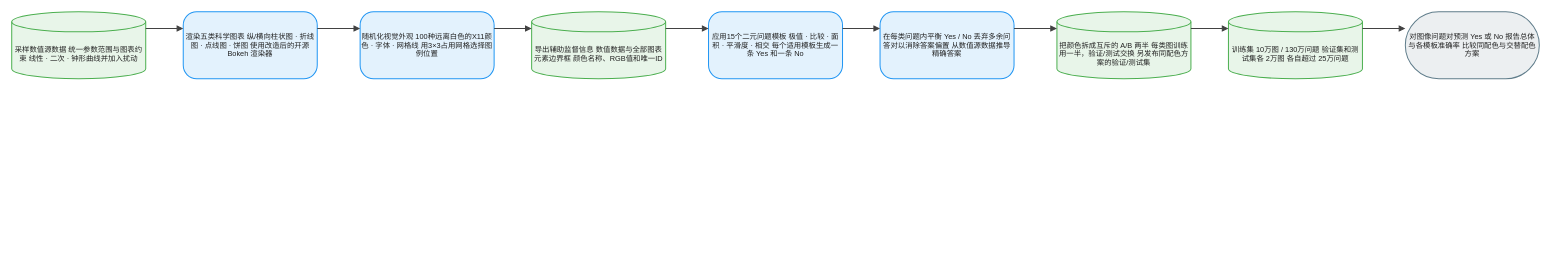
Earlier version of the draw.io diagram client/public/drawio/FigureQA/FigureQA.zh.drawio (joe1chief/benchmark-hub). Source tidied: cells renumbered, new cells numbered last; positions are measured from the earlier drawing's top-left corner, leaving out a move shared by most shapes. Both pictures are drawn from the tidied source at 67%, with x=0, y=0 at pixel (11, 11).
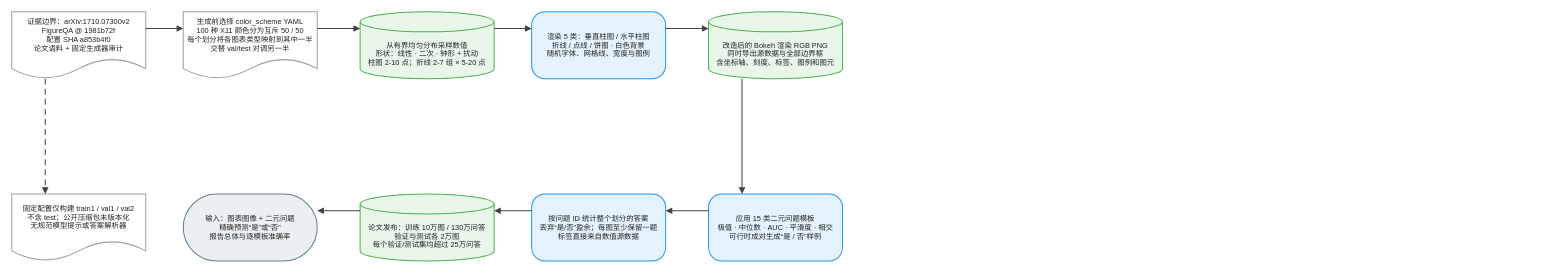
After the change.

What changed in the source:
```diff
@@
-    <mxCell id="2" value="采样数值源数据 统一参数范围与图表约束 线性 · 二次 · 钟形曲线并加入扰动" style="shape=cylinder3;boundedLbl=1;backgroundOutline=1;size=15;html=1;whiteSpace=wrap;fillColor=#E8F5E9;strokeColor=#4CAF50;strokeWidth=1.5;fontColor=#212121;fontSize=11;fontFamily=Arial, Helvetica, sans-serif;verticalAlign=middle;align=center;" parent="1" vertex="1">
+    <mxCell id="2" value="证据边界：arXiv:1710.07300v2&#10;FigureQA @ 1981b72f&#10;配置 SHA a853b4f0&#10;论文语料 + 固定生成器审计" style="shape=document;boundedLbl=1;html=0;convertToSvg=1;whiteSpace=wrap;fillColor=#FFFFFF;strokeColor=#9E9E9E;strokeWidth=1.5;fontColor=#212121;fontSize=11;fontFamily=Arial, Helvetica, sans-serif;verticalAlign=middle;align=center;" parent="1" vertex="1">
       <mxGeometry width="200" height="100" as="geometry" />
     </mxCell>
-    <mxCell id="3" value="渲染五类科学图表 纵/横向柱状图 · 折线图 · 点线图 · 饼图 使用改造后的开源 Bokeh 渲染器" style="rounded=1;arcSize=20;html=1;whiteSpace=wrap;fillColor=#E3F2FD;strokeColor=#2196F3;strokeWidth=1.5;fontColor=#212121;fontSize=11;fontFamily=Arial, Helvetica, sans-serif;verticalAlign=middle;align=center;" parent="1" vertex="1">
+    <mxCell id="3" value="生成前选择 color_scheme YAML&#10;100 种 X11 颜色分为互斥 50 / 50&#10;每个划分将各图表类型映射到其中一半&#10;交替 val/test 对调另一半" style="shape=document;boundedLbl=1;html=0;convertToSvg=1;whiteSpace=wrap;fillColor=#FFFFFF;strokeColor=#9E9E9E;strokeWidth=1.5;fontColor=#212121;fontSize=11;fontFamily=Arial, Helvetica, sans-serif;verticalAlign=middle;align=center;" parent="1" vertex="1">
       <mxGeometry x="256" width="200" height="100" as="geometry" />
     </mxCell>
-    <mxCell id="4" value="随机化视觉外观 100种远离白色的X11颜色 · 字体 · 网格线 用3×3占用网格选择图例位置" style="rounded=1;arcSize=20;html=1;whiteSpace=wrap;fillColor=#E3F2FD;strokeColor=#2196F3;strokeWidth=1.5;fontColor=#212121;fontSize=11;fontFamily=Arial, Helvetica, sans-serif;verticalAlign=middle;align=center;" parent="1" vertex="1">
+    <mxCell id="4" value="从有界均匀分布采样数值&#10;形状：线性 · 二次 · 钟形 + 扰动&#10;柱图 2-10 点；折线 2-7 组 × 5-20 点" style="shape=cylinder3;boundedLbl=1;backgroundOutline=1;size=15;html=0;convertToSvg=1;whiteSpace=wrap;fillColor=#E8F5E9;strokeColor=#4CAF50;strokeWidth=1.5;fontColor=#212121;fontSize=11;fontFamily=Arial, Helvetica, sans-serif;verticalAlign=middle;align=center;" parent="1" vertex="1">
       <mxGeometry x="520" width="200" height="100" as="geometry" />
     </mxCell>
-    <mxCell id="5" value="导出辅助监督信息 数值数据与全部图表元素边界框 颜色名称、RGB值和唯一ID" style="shape=cylinder3;boundedLbl=1;backgroundOutline=1;size=15;html=1;whiteSpace=wrap;fillColor=#E8F5E9;strokeColor=#4CAF50;strokeWidth=1.5;fontColor=#212121;fontSize=11;fontFamily=Arial, Helvetica, sans-serif;verticalAlign=middle;align=center;" parent="1" vertex="1">
+    <mxCell id="5" value="渲染 5 类：垂直柱图 / 水平柱图&#10;折线 / 点线 / 饼图 · 白色背景&#10;随机字体、网格线、宽度与图例" style="rounded=1;arcSize=20;html=0;convertToSvg=1;whiteSpace=wrap;fillColor=#E3F2FD;strokeColor=#2196F3;strokeWidth=1.5;fontColor=#212121;fontSize=11;fontFamily=Arial, Helvetica, sans-serif;verticalAlign=middle;align=center;" parent="1" vertex="1">
       <mxGeometry x="776" width="200" height="100" as="geometry" />
     </mxCell>
-    <mxCell id="6" value="应用15个二元问题模板 极值 · 比较 · 面积 · 平滑度 · 相交 每个适用模板生成一条 Yes 和一条 No" style="rounded=1;arcSize=20;html=1;whiteSpace=wrap;fillColor=#E3F2FD;strokeColor=#2196F3;strokeWidth=1.5;fontColor=#212121;fontSize=11;fontFamily=Arial, Helvetica, sans-serif;verticalAlign=middle;align=center;" parent="1" vertex="1">
+    <mxCell id="6" value="改造后的 Bokeh 渲染 RGB PNG&#10;同时导出源数据与全部边界框&#10;含坐标轴、刻度、标签、图例和图元" style="shape=cylinder3;boundedLbl=1;backgroundOutline=1;size=15;html=0;convertToSvg=1;whiteSpace=wrap;fillColor=#E8F5E9;strokeColor=#4CAF50;strokeWidth=1.5;fontColor=#212121;fontSize=11;fontFamily=Arial, Helvetica, sans-serif;verticalAlign=middle;align=center;" parent="1" vertex="1">
       <mxGeometry x="1040" width="200" height="100" as="geometry" />
     </mxCell>
-    <mxCell id="7" value="在每类问题内平衡 Yes / No 丢弃多余问答对以消除答案偏置 从数值源数据推导精确答案" style="rounded=1;arcSize=20;html=1;whiteSpace=wrap;fillColor=#E3F2FD;strokeColor=#2196F3;strokeWidth=1.5;fontColor=#212121;fontSize=11;fontFamily=Arial, Helvetica, sans-serif;verticalAlign=middle;align=center;" parent="1" vertex="1">
-      <mxGeometry x="1296" width="200" height="100" as="geometry" />
+    <mxCell id="7" value="应用 15 类二元问题模板&#10;极值 · 中位数 · AUC · 平滑度 · 相交&#10;可行时成对生成“是 / 否”样例" style="rounded=1;arcSize=20;html=0;convertToSvg=1;whiteSpace=wrap;fillColor=#E3F2FD;strokeColor=#2196F3;strokeWidth=1.5;fontColor=#212121;fontSize=11;fontFamily=Arial, Helvetica, sans-serif;verticalAlign=middle;align=center;" parent="1" vertex="1">
+      <mxGeometry x="1040" y="272" width="200" height="100" as="geometry" />
     </mxCell>
-    <mxCell id="8" value="把颜色拆成互斥的 A/B 两半 每类图训练用一半，验证/测试交换 另发布同配色方案的验证/测试集" style="shape=cylinder3;boundedLbl=1;backgroundOutline=1;size=15;html=1;whiteSpace=wrap;fillColor=#E8F5E9;strokeColor=#4CAF50;strokeWidth=1.5;fontColor=#212121;fontSize=11;fontFamily=Arial, Helvetica, sans-serif;verticalAlign=middle;align=center;" parent="1" vertex="1">
-      <mxGeometry x="1560" width="200" height="100" as="geometry" />
+    <mxCell id="8" value="按问题 ID 统计整个划分的答案&#10;丢弃“是/否”盈余；每图至少保留一题&#10;标签直接来自数值源数据" style="rounded=1;arcSize=20;html=0;convertToSvg=1;whiteSpace=wrap;fillColor=#E3F2FD;strokeColor=#2196F3;strokeWidth=1.5;fontColor=#212121;fontSize=11;fontFamily=Arial, Helvetica, sans-serif;verticalAlign=middle;align=center;" parent="1" vertex="1">
+      <mxGeometry x="776" y="272" width="200" height="100" as="geometry" />
     </mxCell>
-    <mxCell id="9" value="训练集 10万图 / 130万问题 验证集和测试集各 2万图 各自超过 25万问题" style="shape=cylinder3;boundedLbl=1;backgroundOutline=1;size=15;html=1;whiteSpace=wrap;fillColor=#E8F5E9;strokeColor=#4CAF50;strokeWidth=1.5;fontColor=#212121;fontSize=11;fontFamily=Arial, Helvetica, sans-serif;verticalAlign=middle;align=center;" parent="1" vertex="1">
-      <mxGeometry x="1816" width="200" height="100" as="geometry" />
+    <mxCell id="9" value="论文发布：训练 10万图 / 130万问答&#10;验证与测试各 2万图&#10;每个验证/测试集均超过 25万问答" style="shape=cylinder3;boundedLbl=1;backgroundOutline=1;size=15;html=0;convertToSvg=1;whiteSpace=wrap;fillColor=#E8F5E9;strokeColor=#4CAF50;strokeWidth=1.5;fontColor=#212121;fontSize=11;fontFamily=Arial, Helvetica, sans-serif;verticalAlign=middle;align=center;" parent="1" vertex="1">
+      <mxGeometry x="520" y="272" width="200" height="100" as="geometry" />
     </mxCell>
-    <mxCell id="10" value="对图像问题对预测 Yes 或 No 报告总体与各模板准确率 比较同配色与交替配色方案" style="rounded=1;arcSize=50;html=1;whiteSpace=wrap;fillColor=#ECEFF1;strokeColor=#607D8B;strokeWidth=1.5;fontColor=#212121;fontSize=11;fontFamily=Arial, Helvetica, sans-serif;verticalAlign=middle;align=center;" parent="1" vertex="1">
-      <mxGeometry x="2080" width="200" height="100" as="geometry" />
+    <mxCell id="10" value="输入：图表图像 + 二元问题&#10;精确预测“是”或“否”&#10;报告总体与逐模板准确率" style="rounded=1;arcSize=50;html=0;convertToSvg=1;whiteSpace=wrap;fillColor=#ECEFF1;strokeColor=#607D8B;strokeWidth=1.5;fontColor=#212121;fontSize=11;fontFamily=Arial, Helvetica, sans-serif;verticalAlign=middle;align=center;" parent="1" vertex="1">
+      <mxGeometry x="256" y="272" width="200" height="100" as="geometry" />
     </mxCell>
-    <mxCell id="11" style="edgeStyle=orthogonalEdgeStyle;rounded=0;jettySize=auto;html=1;strokeColor=#424242;strokeWidth=1.5;endArrow=block;endFill=1;exitX=1;exitY=0.25;exitDx=0;exitDy=0;entryX=0;entryY=0.25;entryDx=0;entryDy=0;jumpStyle=arc;jumpSize=8;" parent="1" edge="1" source="2" target="3">
-      <mxGeometry relative="1" as="geometry" />
+    <mxCell id="11" value="固定配置仅构建 train1 / val1 / val2&#10;不含 test；公开压缩包未版本化&#10;无规范模型提示或答案解析器" style="shape=document;boundedLbl=1;html=0;convertToSvg=1;whiteSpace=wrap;fillColor=#FFFFFF;strokeColor=#9E9E9E;strokeWidth=1.5;fontColor=#212121;fontSize=11;fontFamily=Arial, Helvetica, sans-serif;verticalAlign=middle;align=center;" parent="1" vertex="1">
+      <mxGeometry y="272" width="200" height="100" as="geometry" />
     </mxCell>
-    <mxCell id="12" style="edgeStyle=orthogonalEdgeStyle;rounded=0;jettySize=auto;html=1;strokeColor=#424242;strokeWidth=1.5;endArrow=block;endFill=1;exitX=1;exitY=0.25;exitDx=0;exitDy=0;entryX=0;entryY=0.25;entryDx=0;entryDy=0;jumpStyle=arc;jumpSize=8;" parent="1" edge="1" source="3" target="4">
+    <mxCell id="12" style="edgeStyle=orthogonalEdgeStyle;rounded=0;jettySize=auto;html=0;convertToSvg=1;strokeColor=#424242;strokeWidth=1.5;endArrow=block;endFill=1;exitX=1;exitY=0.25;exitDx=0;exitDy=0;entryX=0;entryY=0.25;entryDx=0;entryDy=0;jumpStyle=arc;jumpSize=8;" parent="1" edge="1" source="2" target="3">
       <mxGeometry relative="1" as="geometry" />
     </mxCell>
-    <mxCell id="13" style="edgeStyle=orthogonalEdgeStyle;rounded=0;jettySize=auto;html=1;strokeColor=#424242;strokeWidth=1.5;endArrow=block;endFill=1;exitX=1;exitY=0.25;exitDx=0;exitDy=0;entryX=0;entryY=0.25;entryDx=0;entryDy=0;jumpStyle=arc;jumpSize=8;" parent="1" edge="1" source="4" target="5">
+    <mxCell id="13" style="edgeStyle=orthogonalEdgeStyle;rounded=0;jettySize=auto;html=0;convertToSvg=1;strokeColor=#424242;strokeWidth=1.5;endArrow=block;endFill=1;exitX=1;exitY=0.25;exitDx=0;exitDy=0;entryX=0;entryY=0.25;entryDx=0;entryDy=0;jumpStyle=arc;jumpSize=8;" parent="1" edge="1" source="3" target="4">
       <mxGeometry relative="1" as="geometry" />
     </mxCell>
-    <mxCell id="14" style="edgeStyle=orthogonalEdgeStyle;rounded=0;jettySize=auto;html=1;strokeColor=#424242;strokeWidth=1.5;endArrow=block;endFill=1;exitX=1;exitY=0.25;exitDx=0;exitDy=0;entryX=0;entryY=0.25;entryDx=0;entryDy=0;jumpStyle=arc;jumpSize=8;" parent="1" edge="1" source="5" target="6">
+    <mxCell id="14" style="edgeStyle=orthogonalEdgeStyle;rounded=0;jettySize=auto;html=0;convertToSvg=1;strokeColor=#424242;strokeWidth=1.5;endArrow=block;endFill=1;exitX=1;exitY=0.25;exitDx=0;exitDy=0;entryX=0;entryY=0.25;entryDx=0;entryDy=0;jumpStyle=arc;jumpSize=8;" parent="1" edge="1" source="4" target="5">
       <mxGeometry relative="1" as="geometry" />
     </mxCell>
-    <mxCell id="15" style="edgeStyle=orthogonalEdgeStyle;rounded=0;jettySize=auto;html=1;strokeColor=#424242;strokeWidth=1.5;endArrow=block;endFill=1;exitX=1;exitY=0.25;exitDx=0;exitDy=0;entryX=0;entryY=0.25;entryDx=0;entryDy=0;jumpStyle=arc;jumpSize=8;" parent="1" edge="1" source="6" target="7">
+    <mxCell id="15" style="edgeStyle=orthogonalEdgeStyle;rounded=0;jettySize=auto;html=0;convertToSvg=1;strokeColor=#424242;strokeWidth=1.5;endArrow=block;endFill=1;exitX=1;exitY=0.25;exitDx=0;exitDy=0;entryX=0;entryY=0.25;entryDx=0;entryDy=0;jumpStyle=arc;jumpSize=8;" parent="1" edge="1" source="5" target="6">
       <mxGeometry relative="1" as="geometry" />
     </mxCell>
-    <mxCell id="16" style="edgeStyle=orthogonalEdgeStyle;rounded=0;jettySize=auto;html=1;strokeColor=#424242;strokeWidth=1.5;endArrow=block;endFill=1;exitX=1;exitY=0.25;exitDx=0;exitDy=0;entryX=0;entryY=0.25;entryDx=0;entryDy=0;jumpStyle=arc;jumpSize=8;" parent="1" edge="1" source="7" target="8">
+    <mxCell id="16" style="edgeStyle=orthogonalEdgeStyle;rounded=0;jettySize=auto;html=0;convertToSvg=1;strokeColor=#424242;strokeWidth=1.5;endArrow=block;endFill=1;exitX=0.25;exitY=1;exitDx=0;exitDy=0;entryX=0.25;entryY=0;entryDx=0;entryDy=0;jumpStyle=arc;jumpSize=8;" parent="1" edge="1" source="6" target="7">
       <mxGeometry relative="1" as="geometry" />
     </mxCell>
-    <mxCell id="17" style="edgeStyle=orthogonalEdgeStyle;rounded=0;jettySize=auto;html=1;strokeColor=#424242;strokeWidth=1.5;endArrow=block;endFill=1;exitX=1;exitY=0.25;exitDx=0;exitDy=0;entryX=0;entryY=0.25;entryDx=0;entryDy=0;jumpStyle=arc;jumpSize=8;" parent="1" edge="1" source="8" target="9">
+    <mxCell id="17" style="edgeStyle=orthogonalEdgeStyle;rounded=0;jettySize=auto;html=0;convertToSvg=1;strokeColor=#424242;strokeWidth=1.5;endArrow=block;endFill=1;exitX=0;exitY=0.25;exitDx=0;exitDy=0;entryX=1;entryY=0.25;entryDx=0;entryDy=0;jumpStyle=arc;jumpSize=8;" parent="1" edge="1" source="7" target="8">
       <mxGeometry relative="1" as="geometry" />
     </mxCell>
-    <mxCell id="18" style="edgeStyle=orthogonalEdgeStyle;rounded=0;jettySize=auto;html=1;strokeColor=#424242;strokeWidth=1.5;endArrow=block;endFill=1;exitX=1;exitY=0.25;exitDx=0;exitDy=0;entryX=0;entryY=0.25;entryDx=0;entryDy=0;jumpStyle=arc;jumpSize=8;" parent="1" edge="1" source="9" target="10">
+    <mxCell id="18" style="edgeStyle=orthogonalEdgeStyle;rounded=0;jettySize=auto;html=0;convertToSvg=1;strokeColor=#424242;strokeWidth=1.5;endArrow=block;endFill=1;exitX=0;exitY=0.25;exitDx=0;exitDy=0;entryX=1;entryY=0.25;entryDx=0;entryDy=0;jumpStyle=arc;jumpSize=8;" parent="1" edge="1" source="8" target="9">
       <mxGeometry relative="1" as="geometry" />
     </mxCell>
+    <mxCell id="19" style="edgeStyle=orthogonalEdgeStyle;rounded=0;jettySize=auto;html=0;convertToSvg=1;strokeColor=#424242;strokeWidth=1.5;endArrow=block;endFill=1;exitX=0;exitY=0.25;exitDx=0;exitDy=0;entryX=1;entryY=0.25;entryDx=0;entryDy=0;jumpStyle=arc;jumpSize=8;" parent="1" edge="1" source="9" target="10">
+      <mxGeometry relative="1" as="geometry" />
+    </mxCell>
+    <mxCell id="20" style="edgeStyle=orthogonalEdgeStyle;rounded=0;jettySize=auto;html=0;convertToSvg=1;strokeColor=#424242;strokeWidth=1.5;endArrow=block;endFill=1;exitX=0.25;exitY=1;exitDx=0;exitDy=0;entryX=0.25;entryY=0;entryDx=0;entryDy=0;dashed=1;dashPattern=6 4;jumpStyle=arc;jumpSize=8;" parent="1" edge="1" source="2" target="11">
+      <mxGeometry relative="1" as="geometry" />
+    </mxCell>
```
